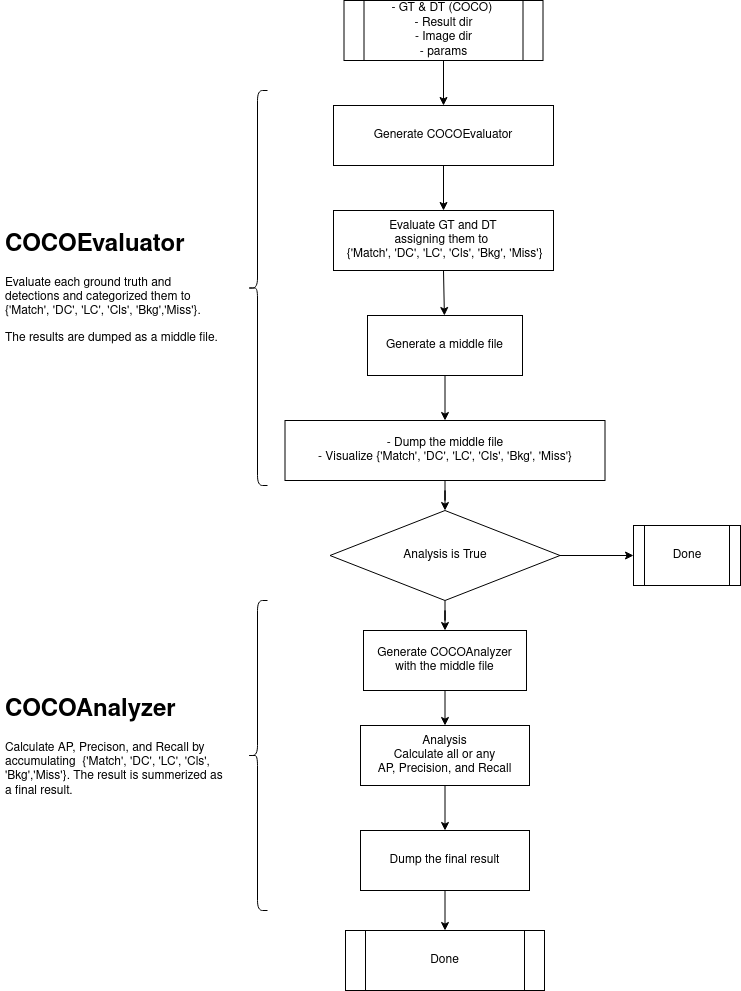
Above: doc/figures/use_flow.drawio.png in RyotaYoneyama/analytical_map (draw.io), before the change. Source tidied: cells renumbered, new cells last; positions are measured from the earlier drawing's top-left corner, leaving out a move shared by most shapes. Source of this version:
```xml
<mxGraphModel>
  <root>
    <mxCell id="0" />
    <mxCell id="1" parent="0" />
    <mxCell id="2" style="endArrow=classic;html=1;exitX=0.5;exitY=1;exitDx=0;exitDy=0;entryX=0.5;entryY=0;entryDx=0;entryDy=0;" parent="1" edge="1" source="11" target="3">
      <mxGeometry relative="1" as="geometry" />
    </mxCell>
    <mxCell id="3" value="Generate COCOEvaluator" style="rounded=0;whiteSpace=wrap;html=1;" parent="1" vertex="1">
      <mxGeometry x="333" y="105" width="220" height="60" as="geometry" />
    </mxCell>
    <mxCell id="4" value="Evaluate GT and DT &lt;br&gt;assigning them to&amp;nbsp;&lt;br&gt;&amp;nbsp;{'Match', 'DC', 'LC', 'Cls', 'Bkg', 'Miss'}" style="rounded=0;whiteSpace=wrap;html=1;" parent="1" vertex="1">
      <mxGeometry x="333" y="210" width="220" height="60" as="geometry" />
    </mxCell>
    <mxCell id="5" style="endArrow=classic;html=1;" parent="1" edge="1" source="3" target="4">
      <mxGeometry relative="1" as="geometry" />
    </mxCell>
    <mxCell id="6" style="endArrow=classic;html=1;exitX=0.5;exitY=1;exitDx=0;exitDy=0;" parent="1" edge="1" source="4" target="8">
      <mxGeometry relative="1" as="geometry" />
    </mxCell>
    <mxCell id="7" style="edgeStyle=orthogonalEdgeStyle;rounded=0;jettySize=auto;html=1;" parent="1" edge="1" source="8" target="10">
      <mxGeometry relative="1" as="geometry" />
    </mxCell>
    <mxCell id="8" value="Generate a middle file&lt;br&gt;" style="rounded=0;whiteSpace=wrap;html=1;" parent="1" vertex="1">
      <mxGeometry x="367" y="315" width="155" height="60" as="geometry" />
    </mxCell>
    <mxCell id="9" style="edgeStyle=orthogonalEdgeStyle;rounded=0;jettySize=auto;html=1;" parent="1" edge="1" source="10" target="19">
      <mxGeometry relative="1" as="geometry" />
    </mxCell>
    <mxCell id="10" value="- Dump the middle file&lt;br&gt;- Visualize {'Match', 'DC', 'LC', 'Cls', 'Bkg', 'Miss'}" style="rounded=0;whiteSpace=wrap;html=1;" parent="1" vertex="1">
      <mxGeometry x="284.5" y="420" width="320" height="60" as="geometry" />
    </mxCell>
    <mxCell id="11" value="&lt;span style=&quot;white-space: normal&quot;&gt;- GT &amp;amp; DT (COCO)&amp;nbsp;&lt;/span&gt;&lt;br style=&quot;white-space: normal&quot;&gt;&lt;span style=&quot;white-space: normal&quot;&gt;- Result dir&lt;/span&gt;&lt;br style=&quot;white-space: normal&quot;&gt;&lt;span style=&quot;white-space: normal&quot;&gt;- Image dir&lt;/span&gt;&lt;br style=&quot;white-space: normal&quot;&gt;&lt;span style=&quot;white-space: normal&quot;&gt;- params&lt;/span&gt;" style="shape=process;whiteSpace=wrap;html=1;backgroundOutline=1;" parent="1" vertex="1">
      <mxGeometry x="343.5" width="199" height="60" as="geometry" />
    </mxCell>
    <mxCell id="12" style="edgeStyle=orthogonalEdgeStyle;rounded=0;jettySize=auto;html=1;exitX=0.5;exitY=1;exitDx=0;exitDy=0;entryX=0.5;entryY=0;entryDx=0;entryDy=0;" parent="1" edge="1" source="13" target="15">
      <mxGeometry relative="1" as="geometry" />
    </mxCell>
    <mxCell id="13" value="Generate COCOAnalyzer&lt;br&gt;with the middle file" style="rounded=0;whiteSpace=wrap;html=1;" parent="1" vertex="1">
      <mxGeometry x="363" y="630" width="163" height="60" as="geometry" />
    </mxCell>
    <mxCell id="14" style="edgeStyle=orthogonalEdgeStyle;rounded=0;jettySize=auto;html=1;" parent="1" edge="1" source="15" target="22">
      <mxGeometry relative="1" as="geometry" />
    </mxCell>
    <mxCell id="15" value="Analysis&lt;br&gt;Calculate all or any &lt;br&gt;AP, Precision, and Recall" style="rounded=0;whiteSpace=wrap;html=1;" parent="1" vertex="1">
      <mxGeometry x="360" y="725" width="169" height="60" as="geometry" />
    </mxCell>
    <mxCell id="16" value="Done" style="shape=process;whiteSpace=wrap;html=1;backgroundOutline=1;" parent="1" vertex="1">
      <mxGeometry x="345" y="930" width="199" height="60" as="geometry" />
    </mxCell>
    <mxCell id="17" style="edgeStyle=orthogonalEdgeStyle;rounded=0;jettySize=auto;html=1;" parent="1" edge="1" source="19" target="13">
      <mxGeometry relative="1" as="geometry" />
    </mxCell>
    <mxCell id="18" style="edgeStyle=orthogonalEdgeStyle;rounded=0;jettySize=auto;html=1;entryX=0;entryY=0.5;entryDx=0;entryDy=0;" parent="1" edge="1" source="19" target="20">
      <mxGeometry relative="1" as="geometry" />
    </mxCell>
    <mxCell id="19" value="Analysis is True" style="rhombus;whiteSpace=wrap;html=1;" parent="1" vertex="1">
      <mxGeometry x="329.5" y="510" width="230" height="90" as="geometry" />
    </mxCell>
    <mxCell id="20" value="Done" style="shape=process;whiteSpace=wrap;html=1;backgroundOutline=1;" parent="1" vertex="1">
      <mxGeometry x="633" y="525" width="107" height="60" as="geometry" />
    </mxCell>
    <mxCell id="21" style="edgeStyle=orthogonalEdgeStyle;rounded=0;jettySize=auto;html=1;" parent="1" edge="1" source="22" target="16">
      <mxGeometry relative="1" as="geometry" />
    </mxCell>
    <mxCell id="22" value="Dump the final result" style="rounded=0;whiteSpace=wrap;html=1;" parent="1" vertex="1">
      <mxGeometry x="360" y="830" width="169" height="60" as="geometry" />
    </mxCell>
    <mxCell id="23" style="shape=curlyBracket;whiteSpace=wrap;html=1;rounded=1;" parent="1" vertex="1">
      <mxGeometry x="247" y="90" width="20" height="395" as="geometry" />
    </mxCell>
    <mxCell id="24" value="&lt;h1&gt;COCOEvaluator&lt;/h1&gt;&lt;p&gt;Evaluate each ground truth and detections and categorized them to {'Match', 'DC', 'LC', 'Cls', 'Bkg','Miss'}.&lt;/p&gt;&lt;p&gt;The results are dumped as a middle file.&lt;/p&gt;" style="text;html=1;strokeColor=none;fillColor=none;spacing=5;spacingTop=-20;whiteSpace=wrap;overflow=hidden;rounded=0;" parent="1" vertex="1">
      <mxGeometry y="225" width="230" height="125" as="geometry" />
    </mxCell>
    <mxCell id="25" style="shape=curlyBracket;whiteSpace=wrap;html=1;rounded=1;" parent="1" vertex="1">
      <mxGeometry x="247" y="600" width="20" height="310" as="geometry" />
    </mxCell>
    <mxCell id="26" value="&lt;h1&gt;COCOAnalyzer&lt;/h1&gt;&lt;p&gt;Calculate AP, Precison, and Recall by accumulating&amp;nbsp; {'Match', 'DC', 'LC', 'Cls', 'Bkg','Miss'}. The result is summerized as a final result.&lt;/p&gt;&lt;p&gt;&lt;br&gt;&lt;/p&gt;" style="text;html=1;strokeColor=none;fillColor=none;spacing=5;spacingTop=-20;whiteSpace=wrap;overflow=hidden;rounded=0;" parent="1" vertex="1">
      <mxGeometry y="690" width="230" height="125" as="geometry" />
    </mxCell>
  </root>
</mxGraphModel>
```
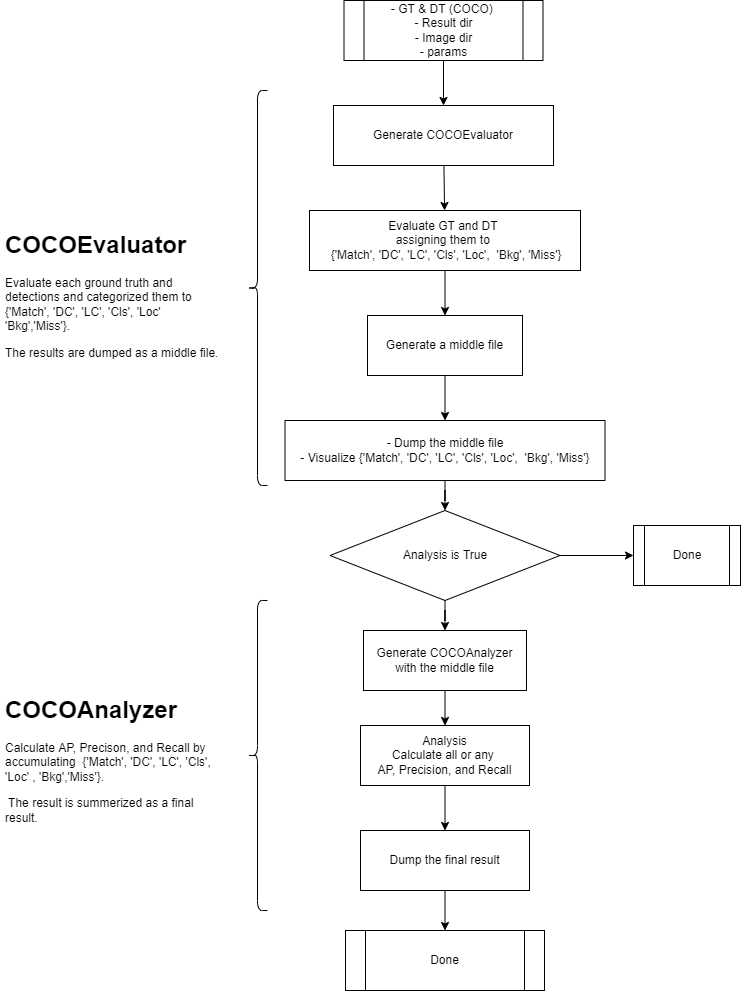
After the change.

Change to the diagram source:
```diff
@@ -8,8 +8,8 @@
     <mxCell id="3" value="Generate COCOEvaluator" style="rounded=0;whiteSpace=wrap;html=1;" parent="1" vertex="1">
       <mxGeometry x="333" y="105" width="220" height="60" as="geometry" />
     </mxCell>
-    <mxCell id="4" value="Evaluate GT and DT &lt;br&gt;assigning them to&amp;nbsp;&lt;br&gt;&amp;nbsp;{'Match', 'DC', 'LC', 'Cls', 'Bkg', 'Miss'}" style="rounded=0;whiteSpace=wrap;html=1;" parent="1" vertex="1">
-      <mxGeometry x="333" y="210" width="220" height="60" as="geometry" />
+    <mxCell id="4" value="Evaluate GT and DT &lt;br&gt;assigning them to&amp;nbsp;&lt;br&gt;&amp;nbsp;{'Match', 'DC', 'LC', 'Cls', 'Loc',&amp;nbsp; 'Bkg', 'Miss'}" style="rounded=0;whiteSpace=wrap;html=1;" parent="1" vertex="1">
+      <mxGeometry x="309" y="210" width="271" height="60" as="geometry" />
     </mxCell>
     <mxCell id="5" style="endArrow=classic;html=1;" parent="1" edge="1" source="3" target="4">
       <mxGeometry relative="1" as="geometry" />
@@ -26,7 +26,7 @@
     <mxCell id="9" style="edgeStyle=orthogonalEdgeStyle;rounded=0;jettySize=auto;html=1;" parent="1" edge="1" source="10" target="19">
       <mxGeometry relative="1" as="geometry" />
     </mxCell>
-    <mxCell id="10" value="- Dump the middle file&lt;br&gt;- Visualize {'Match', 'DC', 'LC', 'Cls', 'Bkg', 'Miss'}" style="rounded=0;whiteSpace=wrap;html=1;" parent="1" vertex="1">
+    <mxCell id="10" value="- Dump the middle file&lt;br&gt;- Visualize {'Match', 'DC', 'LC', 'Cls', 'Loc',&amp;nbsp; 'Bkg', 'Miss'}" style="rounded=0;whiteSpace=wrap;html=1;" parent="1" vertex="1">
       <mxGeometry x="284.5" y="420" width="320" height="60" as="geometry" />
     </mxCell>
     <mxCell id="11" value="&lt;span style=&quot;white-space: normal&quot;&gt;- GT &amp;amp; DT (COCO)&amp;nbsp;&lt;/span&gt;&lt;br style=&quot;white-space: normal&quot;&gt;&lt;span style=&quot;white-space: normal&quot;&gt;- Result dir&lt;/span&gt;&lt;br style=&quot;white-space: normal&quot;&gt;&lt;span style=&quot;white-space: normal&quot;&gt;- Image dir&lt;/span&gt;&lt;br style=&quot;white-space: normal&quot;&gt;&lt;span style=&quot;white-space: normal&quot;&gt;- params&lt;/span&gt;" style="shape=process;whiteSpace=wrap;html=1;backgroundOutline=1;" parent="1" vertex="1">
@@ -68,14 +68,14 @@
     <mxCell id="23" style="shape=curlyBracket;whiteSpace=wrap;html=1;rounded=1;" parent="1" vertex="1">
       <mxGeometry x="247" y="90" width="20" height="395" as="geometry" />
     </mxCell>
-    <mxCell id="24" value="&lt;h1&gt;COCOEvaluator&lt;/h1&gt;&lt;p&gt;Evaluate each ground truth and detections and categorized them to {'Match', 'DC', 'LC', 'Cls', 'Bkg','Miss'}.&lt;/p&gt;&lt;p&gt;The results are dumped as a middle file.&lt;/p&gt;" style="text;html=1;strokeColor=none;fillColor=none;spacing=5;spacingTop=-20;whiteSpace=wrap;overflow=hidden;rounded=0;" parent="1" vertex="1">
-      <mxGeometry y="225" width="230" height="125" as="geometry" />
+    <mxCell id="24" value="&lt;h1&gt;COCOEvaluator&lt;/h1&gt;&lt;p&gt;Evaluate each ground truth and detections and categorized them to {'Match', 'DC', 'LC', 'Cls', 'Loc' 'Bkg','Miss'}.&lt;/p&gt;&lt;p&gt;The results are dumped as a middle file.&lt;/p&gt;" style="text;html=1;strokeColor=none;fillColor=none;spacing=5;spacingTop=-20;whiteSpace=wrap;overflow=hidden;rounded=0;" parent="1" vertex="1">
+      <mxGeometry y="225" width="230" height="135" as="geometry" />
     </mxCell>
     <mxCell id="25" style="shape=curlyBracket;whiteSpace=wrap;html=1;rounded=1;" parent="1" vertex="1">
       <mxGeometry x="247" y="600" width="20" height="310" as="geometry" />
     </mxCell>
-    <mxCell id="26" value="&lt;h1&gt;COCOAnalyzer&lt;/h1&gt;&lt;p&gt;Calculate AP, Precison, and Recall by accumulating&amp;nbsp; {'Match', 'DC', 'LC', 'Cls', 'Bkg','Miss'}. The result is summerized as a final result.&lt;/p&gt;&lt;p&gt;&lt;br&gt;&lt;/p&gt;" style="text;html=1;strokeColor=none;fillColor=none;spacing=5;spacingTop=-20;whiteSpace=wrap;overflow=hidden;rounded=0;" parent="1" vertex="1">
-      <mxGeometry y="690" width="230" height="125" as="geometry" />
+    <mxCell id="26" value="&lt;h1&gt;COCOAnalyzer&lt;/h1&gt;&lt;p&gt;Calculate AP, Precison, and Recall by accumulating&amp;nbsp; {'Match', 'DC', 'LC', 'Cls', 'Loc' , 'Bkg','Miss'}.&lt;/p&gt;&lt;p&gt;&amp;nbsp;The result is summerized as a final result.&lt;/p&gt;&lt;p&gt;&lt;br&gt;&lt;/p&gt;" style="text;html=1;strokeColor=none;fillColor=none;spacing=5;spacingTop=-20;whiteSpace=wrap;overflow=hidden;rounded=0;" parent="1" vertex="1">
+      <mxGeometry y="690" width="230" height="150" as="geometry" />
     </mxCell>
   </root>
 </mxGraphModel>
```
